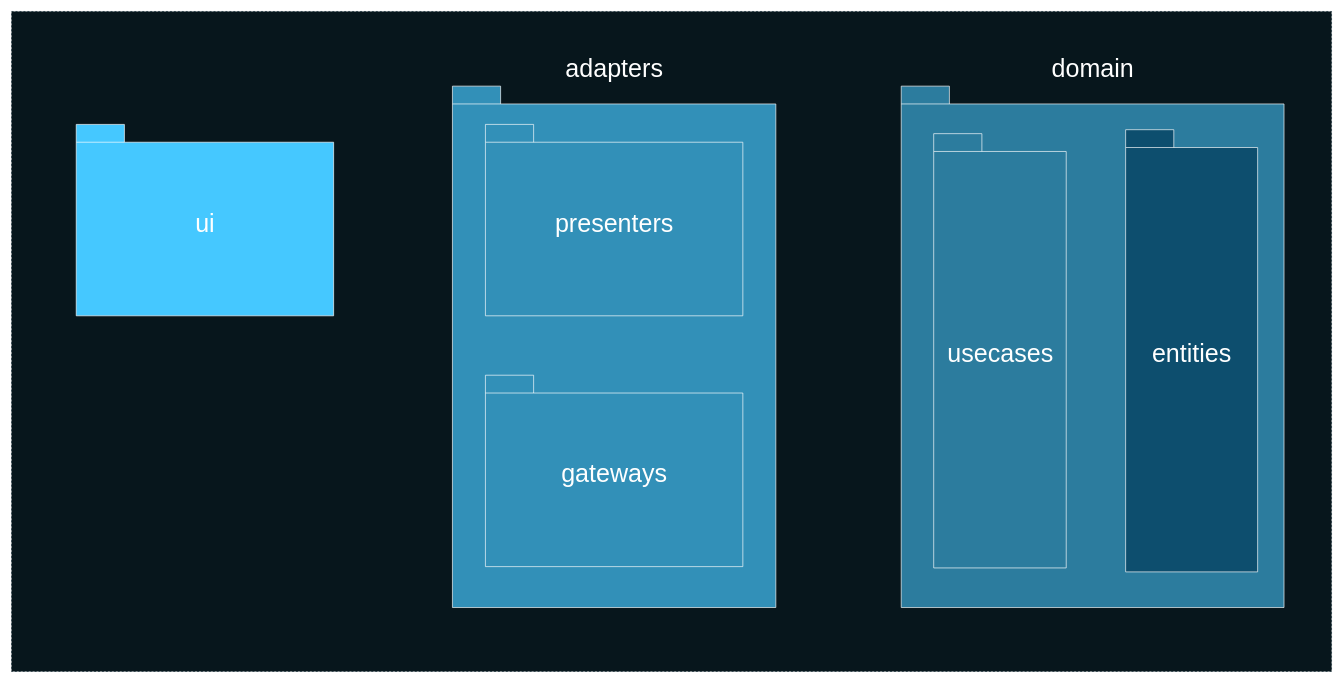
This is deck/ru/diagrams/packagesClient0.drawio from AlexanderLapygin/ca-react-rest-api-starter, a draw.io file, before an edit. Source tidied: cells renumbered, new cells numbered last; positions are measured from the earlier drawing's top-left corner, leaving out a move shared by most shapes. Both pictures are drawn from the tidied source at 66%, with x=0, y=0 at pixel (11, 11).
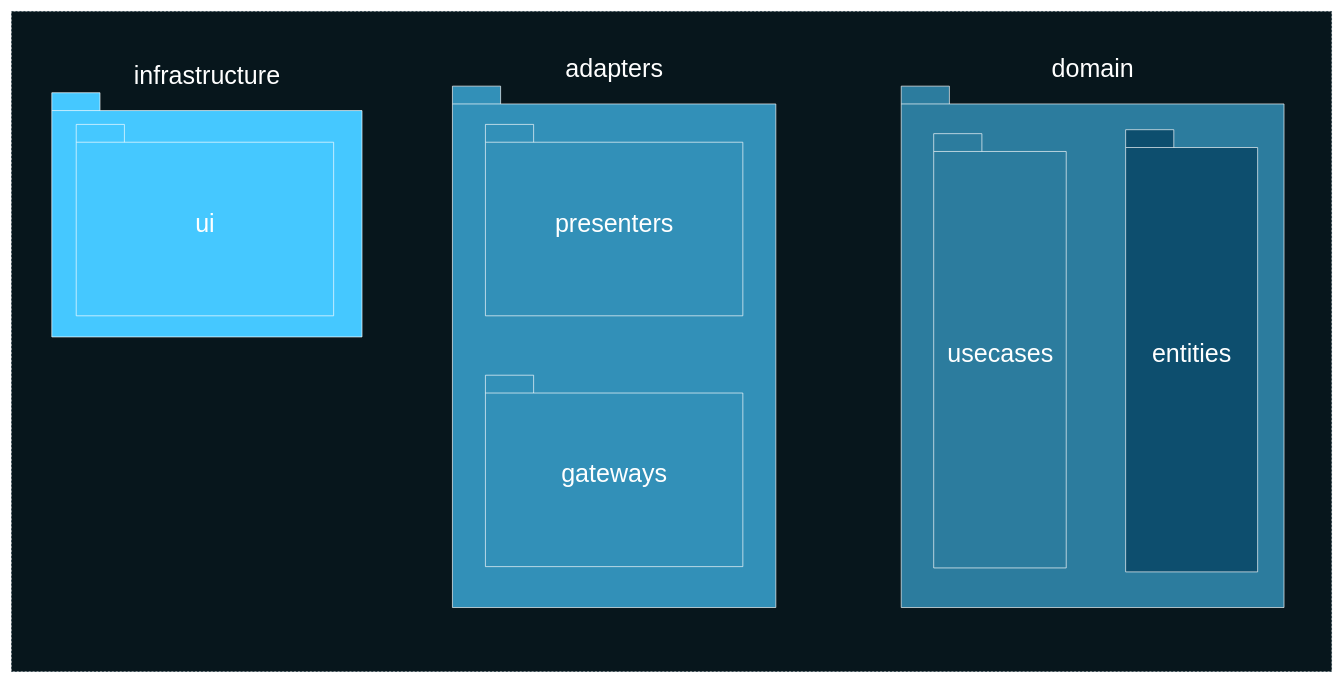
The same page after the edit.

Diff of the diagram source:
```diff
@@
 <mxGraphModel background="#ffffff">
   <root>
     <mxCell id="0" />
     <mxCell id="1" parent="0" />
     <mxCell id="2" style="rounded=0;whiteSpace=wrap;html=1;fillColor=#07161C;fontSize=30;fontColor=#FFFFFF;strokeColor=#0C242E;dashed=1;" parent="1" vertex="1">
       <mxGeometry y="-0.1" width="2000" height="1000" as="geometry" />
     </mxCell>
+    <mxCell id="12" value="&lt;font color=&quot;#ffffff&quot; style=&quot;font-size: 38px&quot;&gt;infrastructure&lt;/font&gt;" style="shape=folder;fontStyle=0;spacingTop=10;tabWidth=73;tabHeight=27;tabPosition=left;html=1;strokeColor=#FFFFFF;fillColor=#45C8FF;labelPosition=center;verticalLabelPosition=top;align=center;verticalAlign=bottom;" parent="1" vertex="1">
+      <mxGeometry x="61" y="123" width="470" height="370" as="geometry" />
+    </mxCell>
     <mxCell id="3" value="&lt;font color=&quot;#ffffff&quot; style=&quot;font-size: 38px&quot;&gt;ui&lt;/font&gt;" style="shape=folder;fontStyle=0;spacingTop=10;tabWidth=73;tabHeight=27;tabPosition=left;html=1;strokeColor=#FFFFFF;fillColor=#45C8FF;" parent="1" vertex="1">
       <mxGeometry x="98" y="171" width="390" height="290" as="geometry" />
     </mxCell>
     <mxCell id="4" style="group;" parent="1" vertex="1">
       <mxGeometry x="668" y="113" width="490" height="790" as="geometry" />
     </mxCell>
     <mxCell id="5" value="&lt;font color=&quot;#ffffff&quot; style=&quot;font-size: 38px&quot;&gt;adapters&lt;/font&gt;" style="shape=folder;fontStyle=0;spacingTop=10;tabWidth=73;tabHeight=27;tabPosition=left;html=1;strokeColor=#FFFFFF;fillColor=#3290B8;labelPosition=center;verticalLabelPosition=top;align=center;verticalAlign=bottom;" parent="4" vertex="1">
       <mxGeometry width="490" height="790" as="geometry" />
     </mxCell>
     <mxCell id="6" value="&lt;font color=&quot;#ffffff&quot; style=&quot;font-size: 38px&quot;&gt;presenters&lt;/font&gt;" style="shape=folder;fontStyle=0;spacingTop=10;tabWidth=73;tabHeight=27;tabPosition=left;html=1;strokeColor=#FFFFFF;fillColor=#3290B8;" parent="4" vertex="1">
       <mxGeometry x="50" y="58" width="390" height="290" as="geometry" />
     </mxCell>
     <mxCell id="7" value="&lt;font color=&quot;#ffffff&quot; style=&quot;font-size: 38px&quot;&gt;gateways&lt;/font&gt;" style="shape=folder;fontStyle=0;spacingTop=10;tabWidth=73;tabHeight=27;tabPosition=left;html=1;strokeColor=#FFFFFF;fillColor=#3290B8;" parent="4" vertex="1">
       <mxGeometry x="50" y="438" width="390" height="290" as="geometry" />
     </mxCell>
     <mxCell id="8" style="group;" parent="1" vertex="1">
       <mxGeometry x="1348" y="113" width="580" height="790" as="geometry" />
     </mxCell>
     <mxCell id="9" value="&lt;font color=&quot;#ffffff&quot; style=&quot;font-size: 38px&quot;&gt;domain&lt;/font&gt;" style="shape=folder;fontStyle=0;spacingTop=10;tabWidth=73;tabHeight=27;tabPosition=left;html=1;strokeColor=#FFFFFF;fillColor=#2C7C9E;labelPosition=center;verticalLabelPosition=top;align=center;verticalAlign=bottom;" parent="8" vertex="1">
       <mxGeometry width="580" height="790" as="geometry" />
     </mxCell>
     <mxCell id="10" value="&lt;font color=&quot;#ffffff&quot; style=&quot;font-size: 38px&quot;&gt;entities&lt;/font&gt;" style="shape=folder;fontStyle=0;spacingTop=10;tabWidth=73;tabHeight=27;tabPosition=left;html=1;strokeColor=#FFFFFF;fillColor=#0D4E6E;" parent="8" vertex="1">
       <mxGeometry x="340" y="66" width="200" height="670" as="geometry" />
     </mxCell>
     <mxCell id="11" value="&lt;font color=&quot;#ffffff&quot; style=&quot;font-size: 38px&quot;&gt;usecases&lt;/font&gt;" style="shape=folder;fontStyle=0;spacingTop=10;tabWidth=73;tabHeight=27;tabPosition=left;html=1;strokeColor=#FFFFFF;fillColor=#2C7C9E;" parent="8" vertex="1">
       <mxGeometry x="49.2" y="72" width="200.8" height="658" as="geometry" />
     </mxCell>
+    <mxCell id="13" style="group;" parent="1" vertex="1">
+      <mxGeometry x="50" y="43" width="1934" height="890" as="geometry" />
+    </mxCell>
   </root>
 </mxGraphModel>
```
